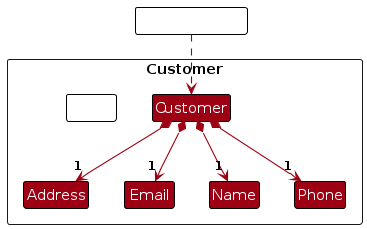
The PlantUML diagram diagrams/CustomerClassDiagram.png in zhonghan721/tp, before a commit. Its source is kept beside it as diagrams/CustomerClassDiagram.puml.
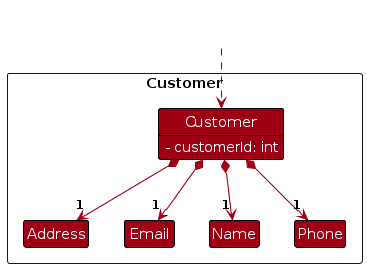
The same file after the commit.

The edit, as a diff of the source:
```diff
@@ -3,18 +3,21 @@
 skinparam arrowThickness 1.1
 skinparam arrowColor MODEL_COLOR
 skinparam classBackgroundColor MODEL_COLOR
+skinparam classAttributeIconSize 0
 
 Package Customer as ModelPackage <<Rectangle>>{
-Class Customer
+Class Customer {
+<color: #FFFFFF>- customerId: int
+}
 Class Address
 Class Email
 Class Name
 Class Phone
 
-Class I #FFFFFF
+Class I<<HIDDEN>> #FFFFFF
 }
 
-Class HiddenOutside #FFFFFF
+Class HiddenOutside<<HIDDEN>> #FFFFFF
 HiddenOutside .down.> Customer
 
 
@@ -23,5 +26,6 @@
 Customer *--> "1" Email
 Customer *--> "1" Address
 
+show Customer fields
 
 @enduml
```
